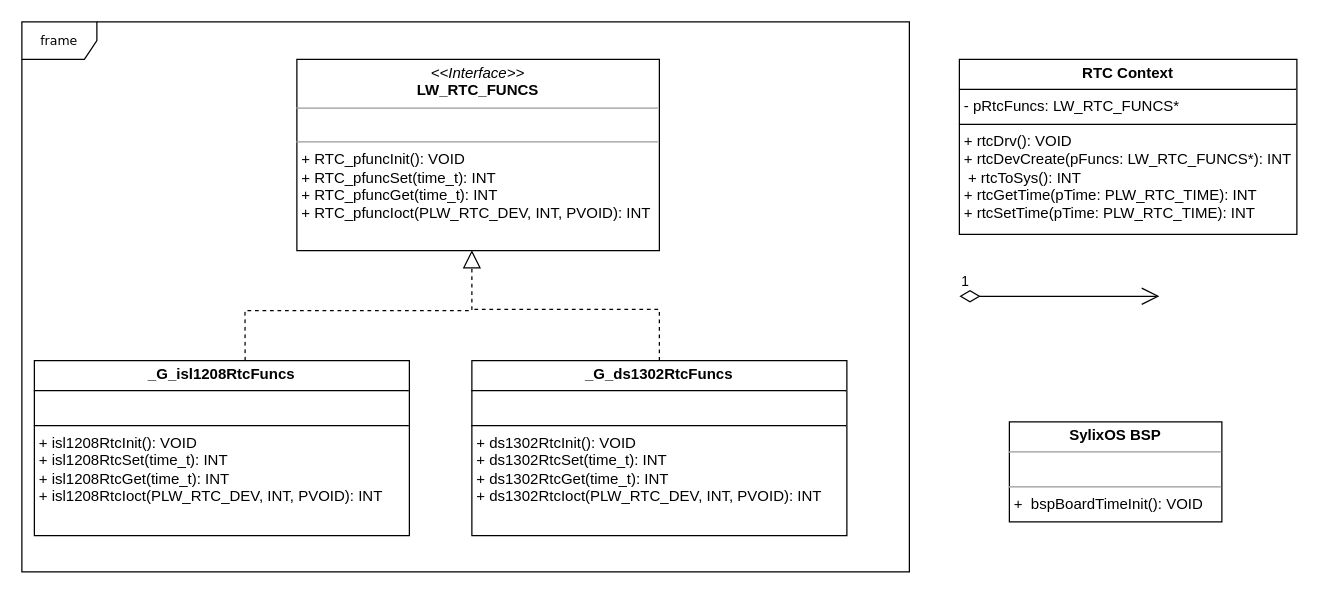
peng-fan/drawio keeps this draw.io diagram as page "Page-1" (1 of 2) of draw/SylixOS内核艺术.drawio. Above is the earlier version. Source tidied: cells renumbered, new cells numbered last; positions are measured from the earlier drawing's top-left corner, leaving out a move shared by most shapes. Both pictures are drawn from the tidied source at 125%, with x=0, y=0 at pixel (21, 21).
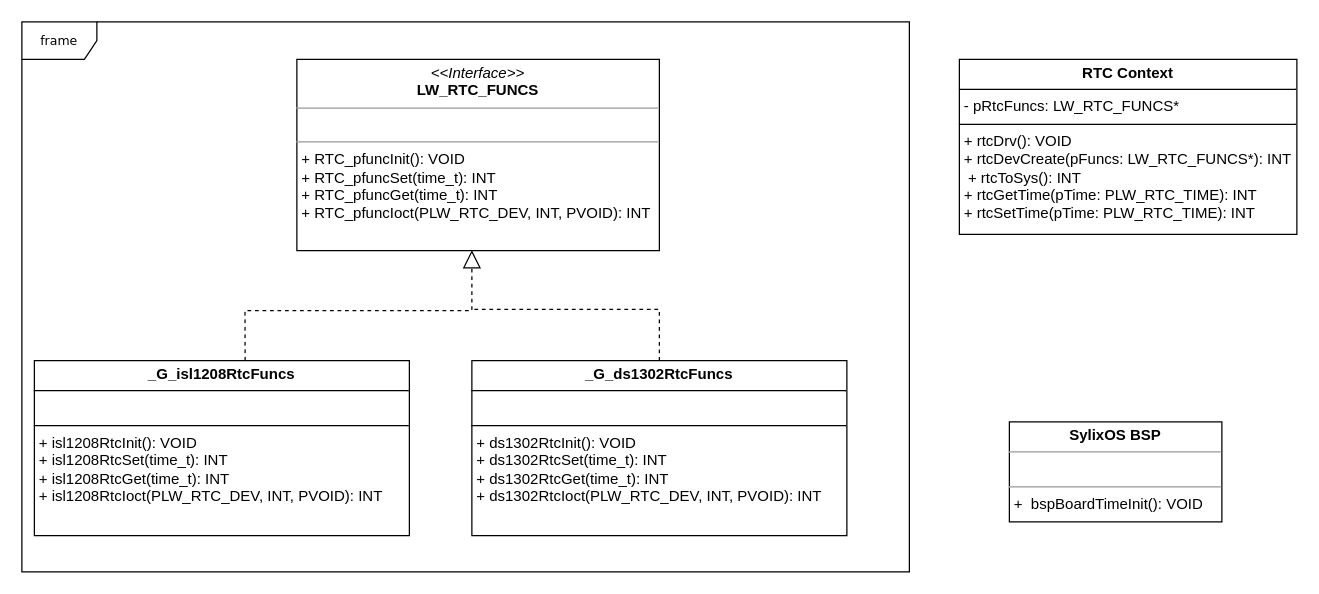
After the change.

Commit message (it also covers changes not shown here):
更新SylixOS内核艺术.drawio

The edit, as a diff of the source:
```diff
@@
 <mxGraphModel>
   <root>
     <mxCell id="0" />
     <mxCell id="1" parent="0" />
     <mxCell id="2" value="frame" style="shape=umlFrame;whiteSpace=wrap;html=1;rounded=0;shadow=0;comic=0;labelBackgroundColor=none;strokeWidth=1;fontFamily=Verdana;fontSize=10;align=center;" parent="1" vertex="1">
       <mxGeometry width="710" height="440" as="geometry" />
     </mxCell>
     <mxCell id="3" value="&lt;p style=&quot;margin:0px;margin-top:4px;text-align:center;&quot;&gt;&lt;i&gt;&amp;lt;&amp;lt;Interface&amp;gt;&amp;gt;&lt;/i&gt;&lt;br&gt;&lt;b&gt;LW_RTC_FUNCS&lt;/b&gt;&lt;/p&gt;&lt;hr size=&quot;1&quot;&gt;&lt;p style=&quot;margin:0px;margin-left:4px;&quot;&gt;&lt;br&gt;&lt;/p&gt;&lt;hr size=&quot;1&quot;&gt;&lt;p style=&quot;margin:0px;margin-left:4px;&quot;&gt;+ RTC_pfuncInit(): VOID&lt;br&gt;+ RTC_pfuncSet(time_t): INT&lt;/p&gt;&lt;p style=&quot;margin:0px;margin-left:4px;&quot;&gt;+&amp;nbsp;&lt;span style=&quot;background-color: transparent; color: light-dark(rgb(0, 0, 0), rgb(255, 255, 255));&quot;&gt;RTC_pfuncGet(&lt;/span&gt;&lt;span style=&quot;background-color: transparent;&quot;&gt;time_t&lt;/span&gt;&lt;span style=&quot;background-color: transparent; color: light-dark(rgb(0, 0, 0), rgb(255, 255, 255));&quot;&gt;): INT&lt;/span&gt;&lt;/p&gt;&lt;p style=&quot;margin:0px;margin-left:4px;&quot;&gt;+&amp;nbsp;&lt;span style=&quot;background-color: transparent;&quot;&gt;RTC_pfuncIoct&lt;/span&gt;&lt;span style=&quot;color: light-dark(rgb(0, 0, 0), rgb(255, 255, 255)); background-color: transparent;&quot;&gt;(P&lt;/span&gt;&lt;span style=&quot;background-color: transparent;&quot;&gt;LW_RTC_DEV, INT, PVOID): INT&lt;/span&gt;&lt;/p&gt;" style="verticalAlign=top;align=left;overflow=fill;fontSize=12;fontFamily=Helvetica;html=1;rounded=0;shadow=0;comic=0;labelBackgroundColor=none;strokeWidth=1;" parent="1" vertex="1">
       <mxGeometry x="220" y="30" width="290" height="153" as="geometry" />
     </mxCell>
     <mxCell id="4" value="&lt;p style=&quot;margin:0px;margin-top:4px;text-align:center;&quot;&gt;&lt;b&gt;_G_&lt;span style=&quot;background-color: transparent; color: light-dark(rgb(0, 0, 0), rgb(255, 255, 255)); text-align: left;&quot;&gt;isl1208RtcFuncs&lt;/span&gt;&lt;/b&gt;&lt;/p&gt;&lt;hr size=&quot;1&quot; style=&quot;border-style:solid;&quot;&gt;&lt;p style=&quot;margin:0px;margin-left:4px;&quot;&gt;&lt;br&gt;&lt;/p&gt;&lt;hr size=&quot;1&quot; style=&quot;border-style:solid;&quot;&gt;&lt;p style=&quot;text-wrap-mode: nowrap; margin: 0px 0px 0px 4px;&quot;&gt;+ isl1208RtcInit(): VOID&lt;br&gt;+ isl1208RtcSet(time_t): INT&lt;/p&gt;&lt;p style=&quot;margin: 0px 0px 0px 4px; text-wrap-mode: nowrap;&quot;&gt;+ isl1208Rtc&lt;span style=&quot;background-color: transparent; color: light-dark(rgb(0, 0, 0), rgb(255, 255, 255));&quot;&gt;Get(&lt;/span&gt;&lt;span style=&quot;background-color: transparent;&quot;&gt;time_t&lt;/span&gt;&lt;span style=&quot;background-color: transparent; color: light-dark(rgb(0, 0, 0), rgb(255, 255, 255));&quot;&gt;): INT&lt;/span&gt;&lt;/p&gt;&lt;p style=&quot;text-wrap-mode: nowrap; margin: 0px 0px 0px 4px;&quot;&gt;+ isl1208Rtc&lt;span style=&quot;background-color: transparent;&quot;&gt;Ioct&lt;/span&gt;&lt;span style=&quot;color: light-dark(rgb(0, 0, 0), rgb(255, 255, 255)); background-color: transparent;&quot;&gt;(P&lt;/span&gt;&lt;span style=&quot;background-color: transparent;&quot;&gt;LW_RTC_DEV, INT, PVOID): INT&lt;/span&gt;&lt;/p&gt;" style="verticalAlign=top;align=left;overflow=fill;html=1;whiteSpace=wrap;" parent="1" vertex="1">
       <mxGeometry x="10" y="271" width="300" height="140" as="geometry" />
     </mxCell>
     <mxCell id="5" value="&lt;p style=&quot;margin:0px;margin-top:4px;text-align:center;&quot;&gt;&lt;b&gt;_G_ds1302RtcFuncs&lt;/b&gt;&lt;/p&gt;&lt;hr size=&quot;1&quot; style=&quot;border-style:solid;&quot;&gt;&lt;p style=&quot;margin:0px;margin-left:4px;&quot;&gt;&lt;br&gt;&lt;/p&gt;&lt;hr size=&quot;1&quot; style=&quot;border-style:solid;&quot;&gt;&lt;p style=&quot;text-wrap-mode: nowrap; margin: 0px 0px 0px 4px;&quot;&gt;+&amp;nbsp;&lt;span style=&quot;text-wrap-mode: wrap;&quot;&gt;ds1302&lt;/span&gt;RtcInit(): VOID&lt;br&gt;+&amp;nbsp;&lt;span style=&quot;text-wrap-mode: wrap;&quot;&gt;ds1302&lt;/span&gt;RtcSet(time_t): INT&lt;/p&gt;&lt;p style=&quot;margin: 0px 0px 0px 4px; text-wrap-mode: nowrap;&quot;&gt;+&amp;nbsp;&lt;span style=&quot;text-wrap-mode: wrap;&quot;&gt;ds1302&lt;/span&gt;Rtc&lt;span style=&quot;background-color: transparent; color: light-dark(rgb(0, 0, 0), rgb(255, 255, 255));&quot;&gt;Get(&lt;/span&gt;&lt;span style=&quot;background-color: transparent;&quot;&gt;time_t&lt;/span&gt;&lt;span style=&quot;background-color: transparent; color: light-dark(rgb(0, 0, 0), rgb(255, 255, 255));&quot;&gt;): INT&lt;/span&gt;&lt;/p&gt;&lt;p style=&quot;text-wrap-mode: nowrap; margin: 0px 0px 0px 4px;&quot;&gt;+&amp;nbsp;&lt;span style=&quot;text-wrap-mode: wrap;&quot;&gt;ds1302&lt;/span&gt;Rtc&lt;span style=&quot;background-color: transparent;&quot;&gt;Ioct&lt;/span&gt;&lt;span style=&quot;color: light-dark(rgb(0, 0, 0), rgb(255, 255, 255)); background-color: transparent;&quot;&gt;(P&lt;/span&gt;&lt;span style=&quot;background-color: transparent;&quot;&gt;LW_RTC_DEV, INT, PVOID): INT&lt;/span&gt;&lt;/p&gt;" style="verticalAlign=top;align=left;overflow=fill;html=1;whiteSpace=wrap;" parent="1" vertex="1">
       <mxGeometry x="360" y="271" width="300" height="140" as="geometry" />
     </mxCell>
     <mxCell id="6" style="endArrow=block;dashed=1;endFill=0;endSize=12;html=1;rounded=0;exitX=0.567;exitY=-0.007;exitDx=0;exitDy=0;exitPerimeter=0;entryX=0.488;entryY=0.991;entryDx=0;entryDy=0;entryPerimeter=0;" parent="1" edge="1">
       <mxGeometry relative="1" as="geometry">
         <mxPoint x="178.6" y="271" as="sourcePoint" />
         <mxPoint x="360" y="182.6" as="targetPoint" />
         <Array as="points">
           <mxPoint x="178.5" y="231" />
           <mxPoint x="360" y="231" />
         </Array>
       </mxGeometry>
     </mxCell>
     <mxCell id="7" style="endArrow=none;dashed=1;html=1;rounded=0;exitX=0.5;exitY=0;exitDx=0;exitDy=0;" parent="1" edge="1" source="5">
       <mxGeometry relative="1" as="geometry">
         <mxPoint x="360" y="230" as="targetPoint" />
         <Array as="points">
           <mxPoint x="510" y="230" />
         </Array>
       </mxGeometry>
     </mxCell>
     <mxCell id="8" value="&lt;p style=&quot;margin:0px;margin-top:4px;text-align:center;&quot;&gt;&lt;span style=&quot;font-weight: 700; text-wrap-mode: wrap;&quot;&gt;SylixOS BSP&lt;/span&gt;&lt;/p&gt;&lt;hr size=&quot;1&quot;&gt;&lt;p style=&quot;margin:0px;margin-left:4px;&quot;&gt;&lt;br&gt;&lt;/p&gt;&lt;hr size=&quot;1&quot;&gt;&lt;p style=&quot;margin:0px;margin-left:4px;&quot;&gt;&lt;span style=&quot;text-wrap-mode: wrap;&quot;&gt;+ &amp;nbsp;bspBoardTimeInit(): VOID&lt;/span&gt;&lt;/p&gt;" style="verticalAlign=top;align=left;overflow=fill;fontSize=12;fontFamily=Helvetica;html=1;rounded=0;shadow=0;comic=0;labelBackgroundColor=none;strokeWidth=1;" parent="1" vertex="1">
       <mxGeometry x="790" y="320" width="170" height="80" as="geometry" />
     </mxCell>
     <mxCell id="9" value="&lt;p style=&quot;margin:0px;margin-top:4px;text-align:center;&quot;&gt;&lt;b&gt;RTC Context&lt;/b&gt;&lt;/p&gt;&lt;hr size=&quot;1&quot; style=&quot;border-style:solid;&quot;&gt;&lt;p style=&quot;margin:0px;margin-left:4px;&quot;&gt;- pRtcFuncs: LW_RTC_FUNCS*&lt;/p&gt;&lt;hr size=&quot;1&quot; style=&quot;border-style:solid;&quot;&gt;&lt;p style=&quot;margin:0px;margin-left:4px;&quot;&gt;+ rtcDrv(): VOID&lt;/p&gt;&lt;p style=&quot;margin:0px;margin-left:4px;&quot;&gt;+ rtcDevCreate(pFuncs: LW_RTC_FUNCS*): INT&lt;/p&gt;&lt;p style=&quot;margin:0px;margin-left:4px;&quot;&gt;&amp;nbsp;+ rtcToSys(): INT&lt;/p&gt;&lt;p style=&quot;margin:0px;margin-left:4px;&quot;&gt;+ rtcGetTime(pTime: PLW_RTC_TIME): INT&lt;/p&gt;&lt;p style=&quot;margin:0px;margin-left:4px;&quot;&gt;+ rtcSetTime(pTime: PLW_RTC_TIME): INT&lt;/p&gt;" style="verticalAlign=top;align=left;overflow=fill;html=1;whiteSpace=wrap;" parent="1" vertex="1">
       <mxGeometry x="750" y="30" width="270" height="140" as="geometry" />
     </mxCell>
-    <mxCell id="10" value="1" style="endArrow=open;html=1;endSize=12;startArrow=diamondThin;startSize=14;startFill=0;edgeStyle=orthogonalEdgeStyle;align=left;verticalAlign=bottom;rounded=0;" parent="1" edge="1">
-      <mxGeometry x="-1" y="3" relative="1" as="geometry">
-        <mxPoint x="750" y="219.5" as="sourcePoint" />
-        <mxPoint x="910" y="219.5" as="targetPoint" />
-      </mxGeometry>
-    </mxCell>
   </root>
 </mxGraphModel>
```
